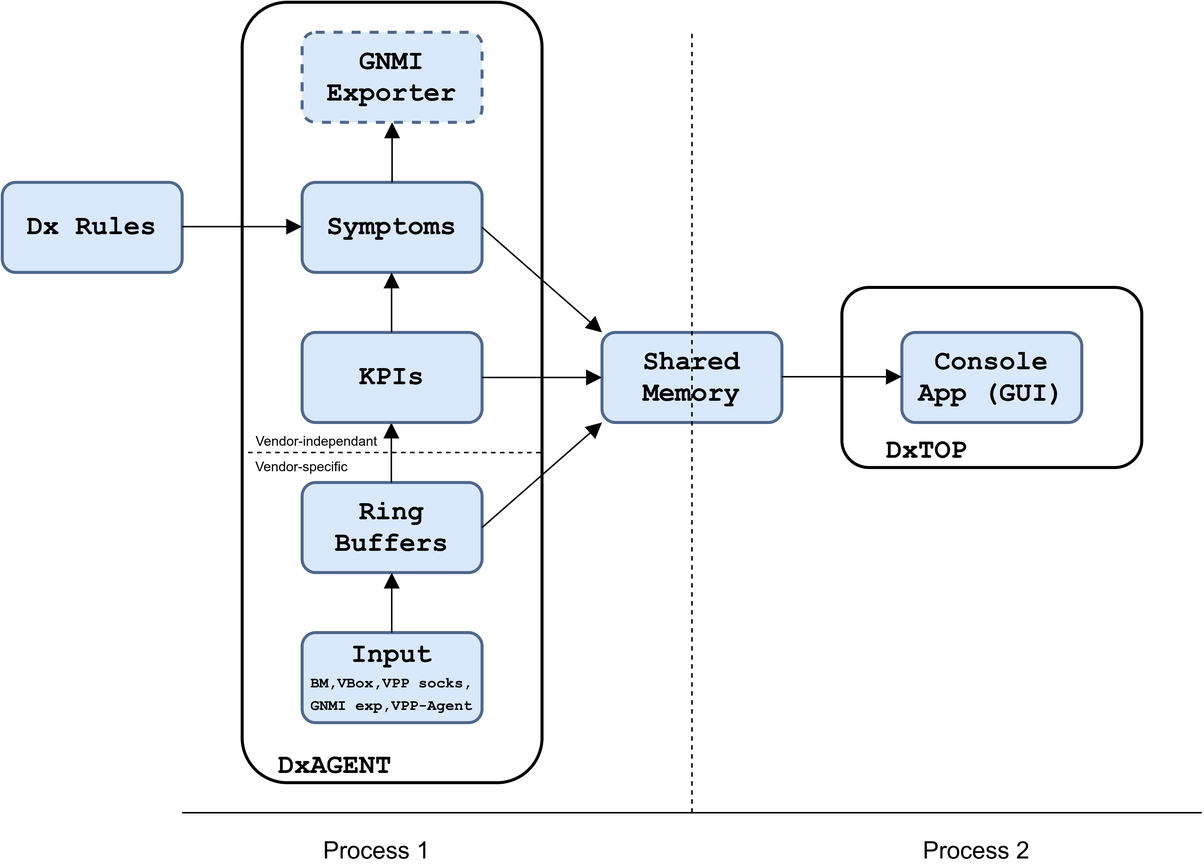
The draw.io diagram res/dxagent-sw.png in Advanced-Observability/dxagent, before a commit. Source tidied: cells renumbered, new cells last; positions are measured from the earlier drawing's top-left corner, leaving out a move shared by most shapes.
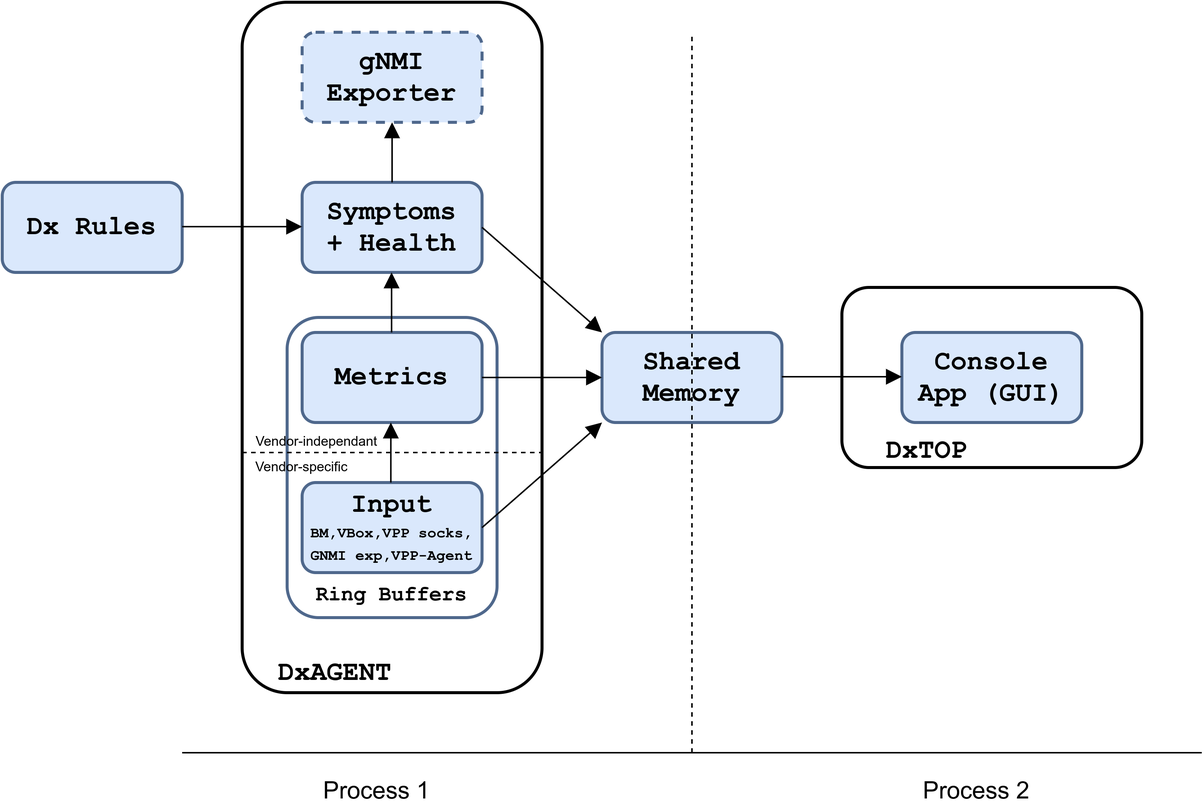
Later version of the same file.

What changed in the source:
```diff
@@ -5,20 +5,20 @@
     <mxCell id="2" value="&lt;br&gt;&lt;font face=&quot;Courier New&quot;&gt;&lt;span style=&quot;font-size: 18px&quot;&gt;&lt;b&gt;&lt;br&gt;&lt;br&gt;&lt;br&gt;&lt;br&gt;DxTOP&amp;nbsp; &amp;nbsp; &amp;nbsp; &amp;nbsp;&amp;nbsp;&lt;/b&gt;&lt;/span&gt;&lt;br&gt;&lt;/font&gt;" style="rounded=1;whiteSpace=wrap;html=1;strokeWidth=2;shadow=0;glass=0;comic=0;" parent="1" vertex="1">
       <mxGeometry x="560" y="190" width="200" height="120" as="geometry" />
     </mxCell>
-    <mxCell id="3" value="&lt;br&gt;&lt;font face=&quot;Courier New&quot;&gt;&lt;span style=&quot;font-size: 18px&quot;&gt;&lt;b&gt;&lt;br&gt;&lt;br&gt;&lt;br&gt;&lt;br&gt;&lt;br&gt;&lt;br&gt;&lt;br&gt;&lt;br&gt;&lt;br&gt;&lt;br&gt;&lt;br&gt;&lt;br&gt;&lt;br&gt;&lt;br&gt;&lt;br&gt;&lt;br&gt;&lt;br&gt;&lt;br&gt;&lt;br&gt;&lt;br&gt;&lt;br&gt;&lt;br&gt;&lt;br&gt;DxAGENT&amp;nbsp; &amp;nbsp; &amp;nbsp; &amp;nbsp;&lt;/b&gt;&lt;/span&gt;&lt;br&gt;&lt;/font&gt;" style="rounded=1;whiteSpace=wrap;html=1;strokeWidth=2;shadow=0;glass=0;comic=0;" parent="1" vertex="1">
-      <mxGeometry x="160" width="200" height="520" as="geometry" />
+    <mxCell id="3" value="&lt;br&gt;&lt;font face=&quot;Courier New&quot;&gt;&lt;span style=&quot;font-size: 18px&quot;&gt;&lt;b&gt;&lt;br&gt;&lt;br&gt;&lt;br&gt;&lt;br&gt;&lt;br&gt;&lt;br&gt;&lt;br&gt;&lt;br&gt;&lt;br&gt;&lt;br&gt;&lt;br&gt;&lt;br&gt;&lt;br&gt;&lt;br&gt;&lt;br&gt;&lt;br&gt;&lt;br&gt;&lt;br&gt;&lt;br&gt;&lt;br&gt;DxAGENT&amp;nbsp; &amp;nbsp; &amp;nbsp; &amp;nbsp;&lt;/b&gt;&lt;/span&gt;&lt;br&gt;&lt;/font&gt;" style="rounded=1;whiteSpace=wrap;html=1;strokeWidth=2;shadow=0;glass=0;comic=0;" parent="1" vertex="1">
+      <mxGeometry x="160" width="200" height="460" as="geometry" />
     </mxCell>
-    <mxCell id="4" value="&lt;font face=&quot;Courier New&quot; style=&quot;font-size: 18px&quot;&gt;&lt;b&gt;Symptoms&lt;/b&gt;&lt;/font&gt;" style="rounded=1;whiteSpace=wrap;html=1;fillColor=#dae8fc;strokeColor=#4F688C;gradientColor=none;strokeWidth=2;" parent="1" vertex="1">
+    <mxCell id="4" value="&lt;font face=&quot;Courier New&quot; style=&quot;font-size: 18px&quot;&gt;&lt;b&gt;Symptoms&lt;br&gt;+ Health&lt;br&gt;&lt;/b&gt;&lt;/font&gt;" style="rounded=1;whiteSpace=wrap;html=1;fillColor=#dae8fc;strokeColor=#4F688C;gradientColor=none;strokeWidth=2;" parent="1" vertex="1">
       <mxGeometry x="200" y="120" width="120" height="60" as="geometry" />
     </mxCell>
-    <mxCell id="5" value="&lt;font face=&quot;Courier New&quot; style=&quot;font-size: 18px&quot;&gt;&lt;b&gt;Ring Buffers&lt;/b&gt;&lt;/font&gt;" style="rounded=1;whiteSpace=wrap;html=1;fillColor=#dae8fc;strokeColor=#4F688C;gradientColor=none;strokeWidth=2;" parent="1" vertex="1">
-      <mxGeometry x="200" y="320" width="120" height="60" as="geometry" />
+    <mxCell id="5" value="&lt;font face=&quot;Courier New&quot;&gt;&lt;b&gt;&lt;br&gt;&lt;br&gt;&lt;br&gt;&lt;br&gt;&lt;br&gt;&lt;br&gt;&lt;br&gt;&lt;br&gt;&lt;font style=&quot;font-size: 14px&quot;&gt;&lt;br&gt;&lt;br&gt;&lt;br&gt;Ring Buffers&lt;/font&gt;&lt;/b&gt;&lt;/font&gt;" style="rounded=1;whiteSpace=wrap;html=1;fillColor=none;strokeColor=#4F688C;gradientColor=none;strokeWidth=2;" parent="1" vertex="1">
+      <mxGeometry x="190" y="210" width="140" height="200" as="geometry" />
     </mxCell>
-    <mxCell id="6" value="&lt;font face=&quot;Courier New&quot; style=&quot;font-size: 18px&quot;&gt;&lt;b&gt;GNMI&lt;br&gt;Exporter&lt;/b&gt;&lt;/font&gt;" style="rounded=1;whiteSpace=wrap;html=1;fillColor=#dae8fc;strokeColor=#4F688C;gradientColor=none;strokeWidth=2;dashed=1;" parent="1" vertex="1">
+    <mxCell id="6" value="&lt;font face=&quot;Courier New&quot; style=&quot;font-size: 18px&quot;&gt;&lt;b&gt;gNMI&lt;br&gt;Exporter&lt;/b&gt;&lt;/font&gt;" style="rounded=1;whiteSpace=wrap;html=1;fillColor=#dae8fc;strokeColor=#4F688C;gradientColor=none;strokeWidth=2;dashed=1;" parent="1" vertex="1">
       <mxGeometry x="200" y="20" width="120" height="60" as="geometry" />
     </mxCell>
     <mxCell id="7" value="&lt;font face=&quot;Courier New&quot;&gt;&lt;b&gt;&lt;span style=&quot;font-size: 18px&quot;&gt;Input&lt;/span&gt;&lt;br&gt;&lt;font style=&quot;font-size: 10px&quot;&gt;BM,VBox,VPP socks, GNMI exp,VPP-Agent&lt;/font&gt;&lt;br&gt;&lt;/b&gt;&lt;/font&gt;" style="rounded=1;whiteSpace=wrap;html=1;fillColor=#dae8fc;strokeColor=#4F688C;gradientColor=none;strokeWidth=2;" parent="1" vertex="1">
-      <mxGeometry x="200" y="420" width="120" height="60" as="geometry" />
+      <mxGeometry x="200" y="320" width="120" height="60" as="geometry" />
     </mxCell>
     <mxCell id="8" value="&lt;font face=&quot;Courier New&quot; style=&quot;font-size: 18px&quot;&gt;&lt;b&gt;Shared&lt;br&gt;Memory&lt;/b&gt;&lt;/font&gt;" style="rounded=1;whiteSpace=wrap;html=1;fillColor=#dae8fc;strokeColor=#4F688C;gradientColor=none;strokeWidth=2;" parent="1" vertex="1">
       <mxGeometry x="400" y="220" width="120" height="60" as="geometry" />
@@ -28,21 +28,21 @@
     </mxCell>
     <mxCell id="10" style="endArrow=none;html=1;" parent="1" edge="1">
       <mxGeometry relative="1" as="geometry">
-        <mxPoint x="120" y="540" as="sourcePoint" />
-        <mxPoint x="800" y="540" as="targetPoint" />
+        <mxPoint x="120" y="500" as="sourcePoint" />
+        <mxPoint x="800" y="500" as="targetPoint" />
       </mxGeometry>
     </mxCell>
     <mxCell id="11" style="endArrow=none;dashed=1;html=1;" parent="1" edge="1">
       <mxGeometry relative="1" as="geometry">
-        <mxPoint x="460" y="540" as="sourcePoint" />
+        <mxPoint x="460" y="500" as="sourcePoint" />
         <mxPoint x="460" y="20" as="targetPoint" />
       </mxGeometry>
     </mxCell>
     <mxCell id="12" value="&lt;font style=&quot;font-size: 16px&quot;&gt;Process 1&lt;/font&gt;" style="text;html=1;strokeColor=none;fillColor=none;align=center;verticalAlign=middle;whiteSpace=wrap;rounded=0;shadow=0;glass=0;comic=0;" parent="1" vertex="1">
-      <mxGeometry x="190" y="555" width="120" height="20" as="geometry" />
+      <mxGeometry x="190" y="515" width="120" height="20" as="geometry" />
     </mxCell>
     <mxCell id="13" value="&lt;font style=&quot;font-size: 16px&quot;&gt;Process 2&lt;/font&gt;" style="text;html=1;strokeColor=none;fillColor=none;align=center;verticalAlign=middle;whiteSpace=wrap;rounded=0;shadow=0;glass=0;comic=0;" parent="1" vertex="1">
-      <mxGeometry x="590" y="555" width="120" height="20" as="geometry" />
+      <mxGeometry x="590" y="515" width="120" height="20" as="geometry" />
     </mxCell>
     <mxCell id="14" style="endArrow=block;html=1;exitX=1;exitY=0.5;exitDx=0;exitDy=0;endSize=8;startSize=8;endFill=1;entryX=0;entryY=0;entryDx=0;entryDy=0;" parent="1" edge="1" source="4" target="8">
       <mxGeometry relative="1" as="geometry" />
@@ -67,19 +67,7 @@
         <mxPoint x="260" y="120" as="sourcePoint" />
       </mxGeometry>
     </mxCell>
-    <mxCell id="19" style="endArrow=block;html=1;exitX=1;exitY=0.5;exitDx=0;exitDy=0;entryX=0.5;entryY=1;entryDx=0;entryDy=0;endSize=8;startSize=8;endFill=1;" parent="1" edge="1">
-      <mxGeometry relative="1" as="geometry">
-        <mxPoint x="259.5" y="320" as="sourcePoint" />
-        <mxPoint x="259.5" y="280" as="targetPoint" />
-      </mxGeometry>
-    </mxCell>
-    <mxCell id="20" style="endArrow=block;html=1;exitX=1;exitY=0.5;exitDx=0;exitDy=0;entryX=0.5;entryY=1;entryDx=0;entryDy=0;endSize=8;startSize=8;endFill=1;" parent="1" edge="1">
-      <mxGeometry relative="1" as="geometry">
-        <mxPoint x="259.8" y="420" as="sourcePoint" />
-        <mxPoint x="259.8" y="380" as="targetPoint" />
-      </mxGeometry>
-    </mxCell>
-    <mxCell id="21" value="&lt;font face=&quot;Courier New&quot; style=&quot;font-size: 18px&quot;&gt;&lt;b&gt;KPIs&lt;/b&gt;&lt;/font&gt;" style="rounded=1;whiteSpace=wrap;html=1;fillColor=#dae8fc;strokeColor=#4F688C;gradientColor=none;strokeWidth=2;" parent="1" vertex="1">
+    <mxCell id="21" value="&lt;font face=&quot;Courier New&quot; style=&quot;font-size: 18px&quot;&gt;&lt;b&gt;Metrics&lt;/b&gt;&lt;/font&gt;" style="rounded=1;whiteSpace=wrap;html=1;fillColor=#dae8fc;strokeColor=#4F688C;gradientColor=none;strokeWidth=2;" parent="1" vertex="1">
       <mxGeometry x="200" y="220" width="120" height="60" as="geometry" />
     </mxCell>
     <mxCell id="22" style="endArrow=block;html=1;entryX=0.5;entryY=1;entryDx=0;entryDy=0;endSize=8;startSize=8;endFill=1;" parent="1" edge="1">
@@ -88,7 +76,7 @@
         <mxPoint x="259.7" y="180" as="targetPoint" />
       </mxGeometry>
     </mxCell>
-    <mxCell id="23" style="endArrow=block;html=1;exitX=1;exitY=0.5;exitDx=0;exitDy=0;endSize=8;startSize=8;endFill=1;entryX=0;entryY=1;entryDx=0;entryDy=0;" parent="1" edge="1" source="5" target="8">
+    <mxCell id="23" style="endArrow=block;html=1;exitX=1;exitY=0.5;exitDx=0;exitDy=0;endSize=8;startSize=8;endFill=1;entryX=0;entryY=1;entryDx=0;entryDy=0;" parent="1" edge="1" source="7" target="8">
       <mxGeometry relative="1" as="geometry" />
     </mxCell>
     <mxCell id="24" style="endArrow=block;html=1;exitX=1;exitY=0.5;exitDx=0;exitDy=0;endSize=8;startSize=8;endFill=1;" parent="1" edge="1" source="21">
@@ -96,8 +84,9 @@
         <mxPoint x="400" y="250" as="targetPoint" />
       </mxGeometry>
     </mxCell>
-    <mxCell id="25" style="endArrow=none;dashed=1;html=1;exitX=0.995;exitY=0.577;exitDx=0;exitDy=0;exitPerimeter=0;" parent="1" edge="1" source="3">
+    <mxCell id="25" style="endArrow=none;dashed=1;html=1;" parent="1" edge="1">
       <mxGeometry relative="1" as="geometry">
+        <mxPoint x="361" y="300" as="sourcePoint" />
         <mxPoint x="160" y="300" as="targetPoint" />
       </mxGeometry>
     </mxCell>
@@ -107,5 +96,11 @@
     <mxCell id="27" value="&lt;font style=&quot;font-size: 9px&quot;&gt;Vendor-independant&lt;/font&gt;" style="text;html=1;strokeColor=none;fillColor=none;align=center;verticalAlign=middle;whiteSpace=wrap;rounded=0;shadow=0;glass=0;comic=0;" parent="1" vertex="1">
       <mxGeometry x="160" y="285" width="100" height="12" as="geometry" />
     </mxCell>
+    <mxCell id="28" style="endArrow=block;html=1;entryX=0.5;entryY=1;entryDx=0;entryDy=0;endSize=8;startSize=8;endFill=1;" parent="1" edge="1">
+      <mxGeometry relative="1" as="geometry">
+        <mxPoint x="259.2" y="320" as="sourcePoint" />
+        <mxPoint x="259.2" y="280" as="targetPoint" />
+      </mxGeometry>
+    </mxCell>
   </root>
 </mxGraphModel>
```
